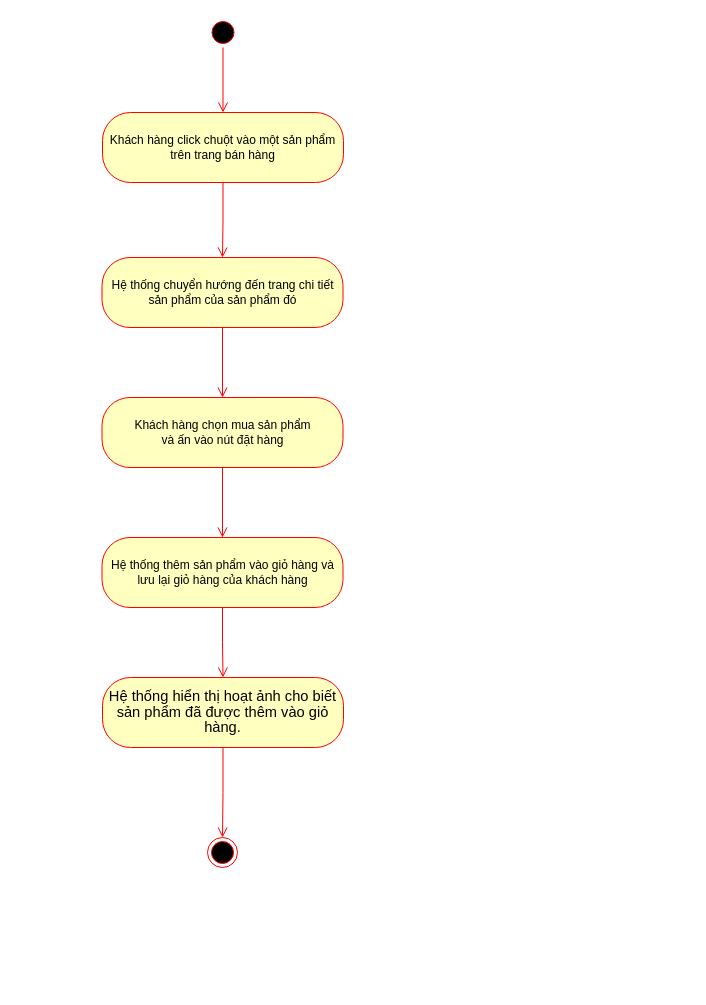
Before: Nam3_HK1/CNPM_SoftTech/Activity Diagrams/Nguyên Lộc/AD_ĐặtHàng.drawio in EdgarIgnite16/SGU-Course, a draw.io diagram. Source tidied: cells renumbered, new cells numbered last; positions are measured from the earlier drawing's top-left corner, leaving out a move shared by most shapes. Both pictures are drawn from the tidied source at 100%, with x=0, y=0 at pixel (101, 17).
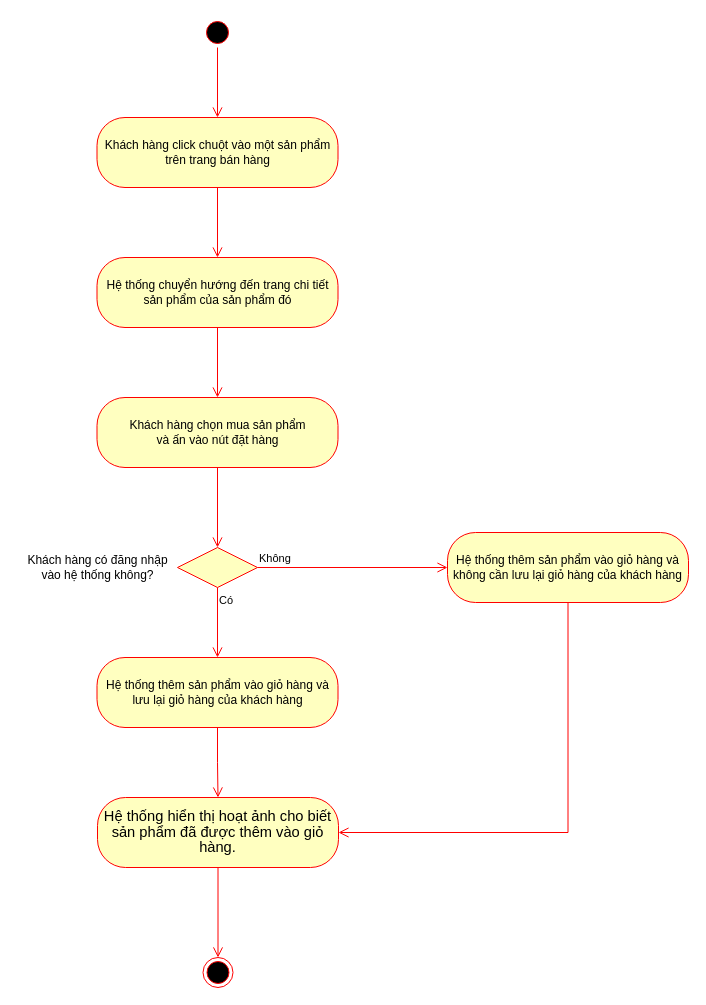
The same diagram, later.

What changed in the source:
```diff
@@
     <mxCell id="2" style="ellipse;html=1;shape=startState;fillColor=#000000;strokeColor=#ff0000;" parent="1" vertex="1">
-      <mxGeometry x="106.5" width="30" height="30" as="geometry" />
+      <mxGeometry x="101" width="30" height="30" as="geometry" />
     </mxCell>
@@
     <mxCell id="4" value="Khách hàng click chuột vào một sản phẩm&lt;br&gt;trên trang bán hàng" style="rounded=1;whiteSpace=wrap;html=1;arcSize=40;fontColor=#000000;fillColor=#ffffc0;strokeColor=#ff0000;" parent="1" vertex="1">
-      <mxGeometry x="1" y="95" width="241" height="70" as="geometry" />
+      <mxGeometry x="-4.5" y="100" width="241" height="70" as="geometry" />
     </mxCell>
@@
     <mxCell id="6" value="Hệ thống chuyển hướng đến trang chi tiết sản phẩm của sản phẩm đó" style="rounded=1;whiteSpace=wrap;html=1;arcSize=40;fontColor=#000000;fillColor=#ffffc0;strokeColor=#ff0000;" parent="1" vertex="1">
-      <mxGeometry x="0.5" y="240" width="241" height="70" as="geometry" />
+      <mxGeometry x="-4.5" y="240" width="241" height="70" as="geometry" />
     </mxCell>
     <mxCell id="7" value="Hệ thống thêm sản phẩm vào giỏ hàng và lưu lại giỏ hàng của khách hàng" style="rounded=1;whiteSpace=wrap;html=1;arcSize=40;fontColor=#000000;fillColor=#ffffc0;strokeColor=#ff0000;" parent="1" vertex="1">
-      <mxGeometry x="0.5" y="520" width="241" height="70" as="geometry" />
+      <mxGeometry x="-4.5" y="640" width="241" height="70" as="geometry" />
     </mxCell>
     <mxCell id="8" value="&lt;span style=&quot;font-size: 11.0pt ; line-height: 107% ; font-family: &amp;#34;calibri&amp;#34; , sans-serif&quot;&gt;Hệ thống hiển thị hoạt ảnh cho biết sản phẩm đã được thêm vào giỏ hàng.&lt;/span&gt;" style="rounded=1;whiteSpace=wrap;html=1;arcSize=40;fontColor=#000000;fillColor=#ffffc0;strokeColor=#ff0000;" parent="1" vertex="1">
-      <mxGeometry x="1" y="660" width="241" height="70" as="geometry" />
+      <mxGeometry x="-4" y="780" width="241" height="70" as="geometry" />
     </mxCell>
-    <mxCell id="9" style="edgeStyle=orthogonalEdgeStyle;html=1;verticalAlign=bottom;endArrow=open;endSize=8;strokeColor=#ff0000;rounded=0;" parent="1" edge="1" source="10" target="7">
+    <mxCell id="9" style="edgeStyle=orthogonalEdgeStyle;html=1;verticalAlign=bottom;endArrow=open;endSize=8;strokeColor=#ff0000;rounded=0;" parent="1" edge="1" source="10" target="15">
       <mxGeometry relative="1" as="geometry" />
     </mxCell>
     <mxCell id="10" value="Khách hàng chọn mua sản phẩm &lt;br&gt;và ấn vào nút đặt hàng" style="rounded=1;whiteSpace=wrap;html=1;arcSize=40;fontColor=#000000;fillColor=#ffffc0;strokeColor=#ff0000;" parent="1" vertex="1">
-      <mxGeometry x="0.5" y="380" width="241" height="70" as="geometry" />
+      <mxGeometry x="-4.5" y="380" width="241" height="70" as="geometry" />
     </mxCell>
@@
     <mxCell id="12" style="ellipse;html=1;shape=endState;fillColor=#000000;strokeColor=#ff0000;" parent="1" vertex="1">
-      <mxGeometry x="106" y="820" width="30" height="30" as="geometry" />
+      <mxGeometry x="101.5" y="940" width="30" height="30" as="geometry" />
     </mxCell>
@@
+    <mxCell id="15" style="rhombus;whiteSpace=wrap;html=1;fillColor=#ffffc0;strokeColor=#ff0000;" parent="1" vertex="1">
+      <mxGeometry x="76" y="530" width="80" height="40" as="geometry" />
+    </mxCell>
+    <mxCell id="16" value="Không" style="edgeStyle=orthogonalEdgeStyle;html=1;align=left;verticalAlign=bottom;endArrow=open;endSize=8;strokeColor=#ff0000;rounded=0;" parent="1" edge="1" source="15" target="19">
+      <mxGeometry x="-1" relative="1" as="geometry" />
+    </mxCell>
+    <mxCell id="17" value="Có" style="edgeStyle=orthogonalEdgeStyle;html=1;align=left;verticalAlign=top;endArrow=open;endSize=8;strokeColor=#ff0000;rounded=0;" parent="1" edge="1" source="15" target="7">
+      <mxGeometry x="-1" relative="1" as="geometry" />
+    </mxCell>
+    <mxCell id="18" value="Khách hàng có đăng nhập&lt;br&gt;vào hệ thống không?" style="text;html=1;align=center;verticalAlign=middle;strokeColor=none;fillColor=none;" parent="1" vertex="1">
+      <mxGeometry x="-84" y="535" width="160" height="30" as="geometry" />
+    </mxCell>
+    <mxCell id="19" value="Hệ thống thêm sản phẩm vào giỏ hàng và&lt;br&gt;không cần lưu lại giỏ hàng của khách hàng" style="rounded=1;whiteSpace=wrap;html=1;arcSize=40;fontColor=#000000;fillColor=#ffffc0;strokeColor=#ff0000;" parent="1" vertex="1">
+      <mxGeometry x="346" y="515" width="241" height="70" as="geometry" />
+    </mxCell>
+    <mxCell id="20" style="edgeStyle=orthogonalEdgeStyle;html=1;verticalAlign=bottom;endArrow=open;endSize=8;strokeColor=#ff0000;rounded=0;" parent="1" edge="1" source="19" target="8">
+      <mxGeometry relative="1" as="geometry">
+        <Array as="points">
+          <mxPoint x="467" y="815" />
+        </Array>
+      </mxGeometry>
+    </mxCell>
```
